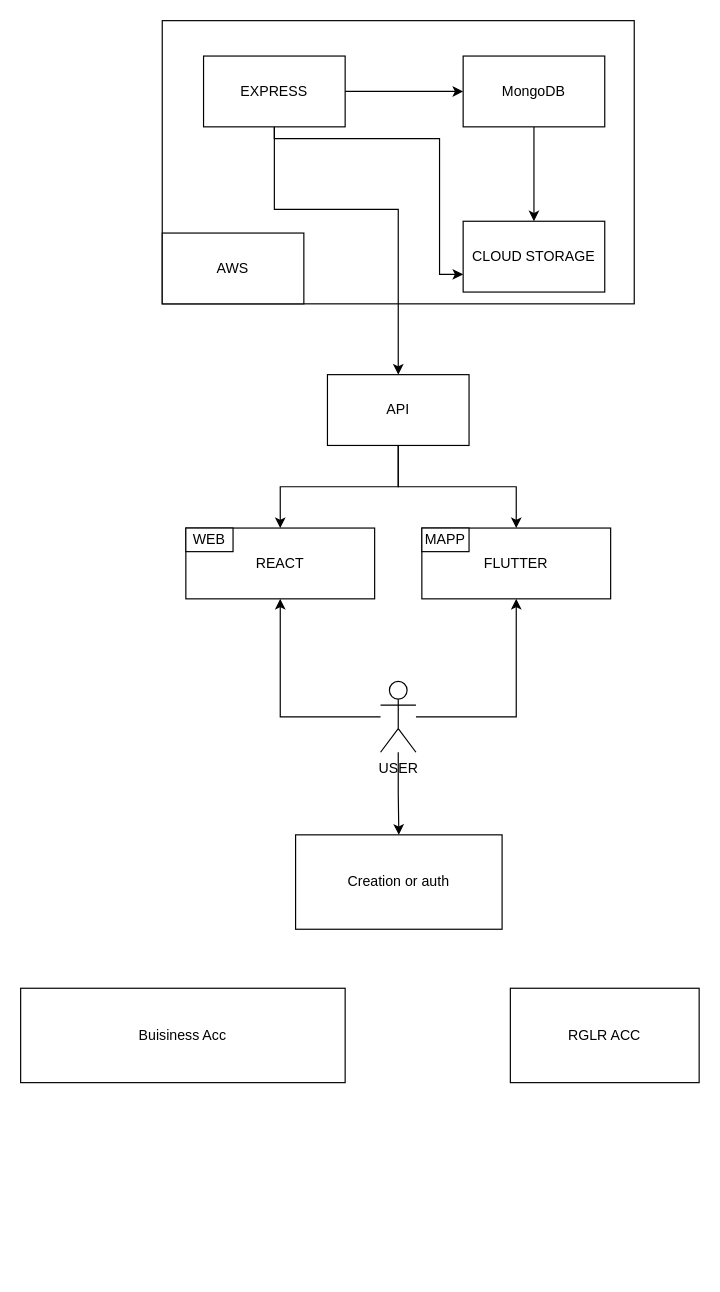
This is draw.io/Untitled Diagram.drawio from onlymachiavelli/draw.io, a draw.io file, before an edit. Source tidied: cells renumbered, new cells numbered last; positions are measured from the earlier drawing's top-left corner, leaving out a move shared by most shapes. Both pictures are drawn from the tidied source at 118%, with x=0, y=0 at pixel (20, 20).
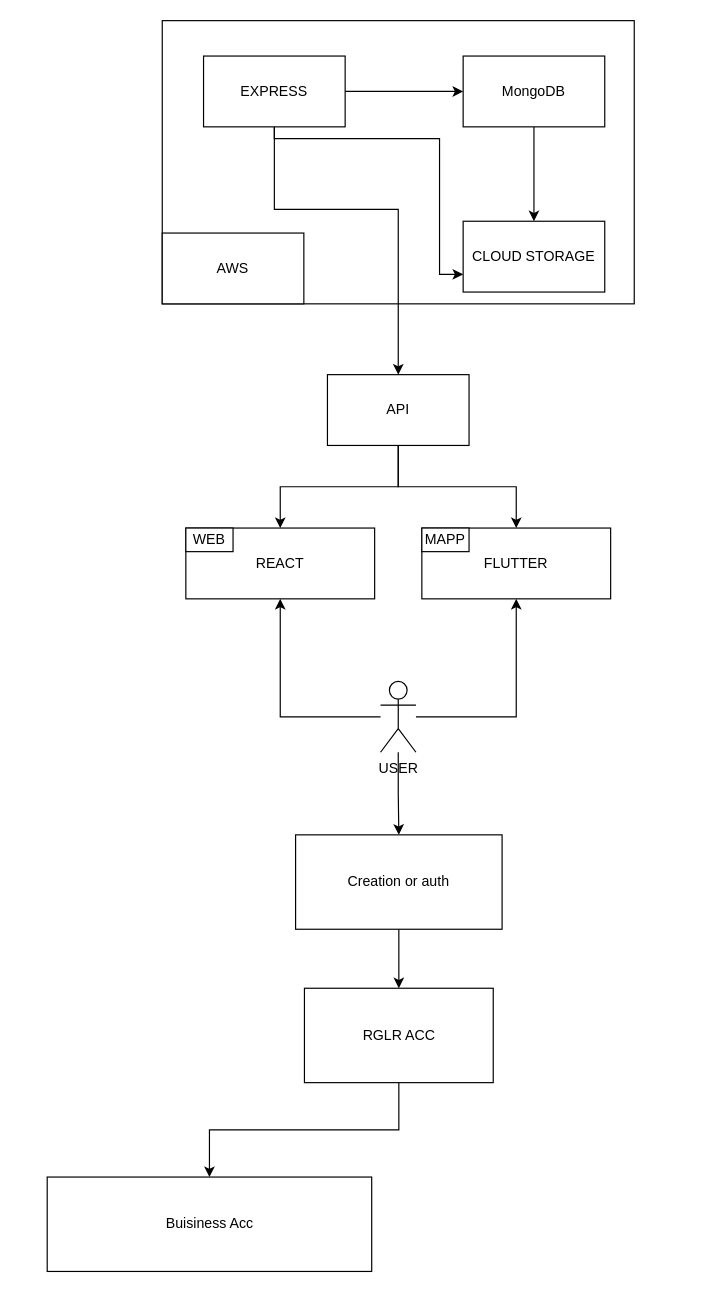
After the change.

The change refers to these unchanged cells:
```xml
<mxCell id="22" value="Creation or auth" style="rounded=0;whiteSpace=wrap;html=1;" parent="1" vertex="1">
  <mxGeometry x="233" y="690" width="175" height="80" as="geometry" />
</mxCell>
```

The edit, as a diff of the source:
```diff
@@
+    <mxCell id="25" style="edgeStyle=orthogonalEdgeStyle;rounded=0;jettySize=auto;html=1;" parent="1" edge="1" source="22" target="23">
+      <mxGeometry relative="1" as="geometry" />
+    </mxCell>
@@
+    <mxCell id="26" style="edgeStyle=orthogonalEdgeStyle;rounded=0;jettySize=auto;html=1;" parent="1" edge="1" source="23" target="24">
+      <mxGeometry relative="1" as="geometry" />
+    </mxCell>
     <mxCell id="23" value="RGLR ACC" style="rounded=0;whiteSpace=wrap;html=1;" parent="1" vertex="1">
-      <mxGeometry x="415" y="820" width="160" height="80" as="geometry" />
+      <mxGeometry x="240.5" y="820" width="160" height="80" as="geometry" />
     </mxCell>
     <mxCell id="24" value="Buisiness Acc" style="rounded=0;whiteSpace=wrap;html=1;" parent="1" vertex="1">
-      <mxGeometry y="820" width="275" height="80" as="geometry" />
+      <mxGeometry x="22.5" y="980" width="275" height="80" as="geometry" />
     </mxCell>
```
